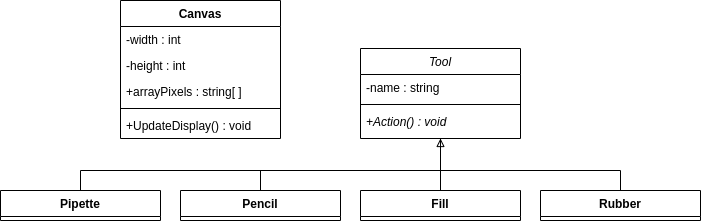
Before: Docs/Диаграммы/диаграмма-классов.png, a diagram exported from draw.io (Tetro7/PixLab). Source tidied: cells renumbered, new cells last; positions are measured from the earlier drawing's top-left corner, leaving out a move shared by most shapes.
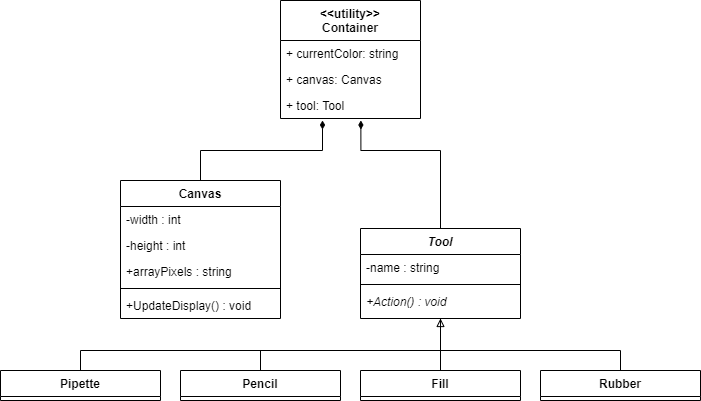
After the change.

Commit message:
добавил блок-схемы к алгоритмам, исправил ошибку в тексте алгоритма заливка, изменил диаграмму классов

Change to the diagram source:
```diff
@@ -2,6 +2,14 @@
   <root>
     <mxCell id="0" />
     <mxCell id="1" parent="0" />
+    <mxCell id="20" style="edgeStyle=orthogonalEdgeStyle;rounded=0;jettySize=auto;html=1;exitX=0.5;exitY=0;exitDx=0;exitDy=0;entryX=0.3;entryY=1.077;entryDx=0;entryDy=0;entryPerimeter=0;endArrow=diamondThin;endFill=1;" parent="1" edge="1" source="2" target="25">
+      <mxGeometry relative="1" as="geometry">
+        <Array as="points">
+          <mxPoint x="200" y="-30" />
+          <mxPoint x="322" y="-30" />
+        </Array>
+      </mxGeometry>
+    </mxCell>
     <mxCell id="2" value="Сanvas" style="swimlane;fontStyle=1;align=center;verticalAlign=top;horizontal=1;startSize=26;rounded=0;shadow=0;strokeWidth=1;" parent="1" vertex="1">
       <mxGeometry x="120" width="160" height="138" as="geometry" />
     </mxCell>
@@ -11,7 +19,7 @@
     <mxCell id="4" value="-height : int" style="text;align=left;verticalAlign=top;spacingLeft=4;spacingRight=4;overflow=hidden;rounded=0;shadow=0;html=0;" parent="2" vertex="1">
       <mxGeometry y="52" width="160" height="26" as="geometry" />
     </mxCell>
-    <mxCell id="5" value="+arrayPixels : string[ ]" style="text;align=left;verticalAlign=top;spacingLeft=4;spacingRight=4;overflow=hidden;rounded=0;shadow=0;html=0;" parent="2" vertex="1">
+    <mxCell id="5" value="+arrayPixels : string" style="text;align=left;verticalAlign=top;spacingLeft=4;spacingRight=4;overflow=hidden;rounded=0;shadow=0;html=0;" parent="2" vertex="1">
       <mxGeometry y="78" width="160" height="26" as="geometry" />
     </mxCell>
     <mxCell id="6" style="line;html=1;strokeWidth=1;align=left;verticalAlign=middle;spacingTop=-1;spacingLeft=3;spacingRight=3;labelPosition=right;" parent="2" vertex="1">
@@ -20,7 +28,15 @@
     <mxCell id="7" value="+UpdateDisplay() : void" style="text;align=left;verticalAlign=top;spacingLeft=4;spacingRight=4;overflow=hidden;" parent="2" vertex="1">
       <mxGeometry y="112" width="160" height="26" as="geometry" />
     </mxCell>
+    <mxCell id="21" style="edgeStyle=orthogonalEdgeStyle;rounded=0;jettySize=auto;html=1;exitX=0.5;exitY=0;exitDx=0;exitDy=0;entryX=0.574;entryY=1.077;entryDx=0;entryDy=0;entryPerimeter=0;endArrow=diamondThin;endFill=1;" parent="1" edge="1" source="8" target="25">
+      <mxGeometry relative="1" as="geometry">
+        <Array as="points">
+          <mxPoint x="440" y="-30" />
+          <mxPoint x="360" y="-30" />
+        </Array>
+      </mxGeometry>
+    </mxCell>
-    <mxCell id="8" value="Tool" style="swimlane;fontStyle=2;align=center;verticalAlign=top;horizontal=1;startSize=26;rounded=0;shadow=0;strokeWidth=1;" parent="1" vertex="1">
+    <mxCell id="8" value="Tool" style="swimlane;fontStyle=3;align=center;verticalAlign=top;horizontal=1;startSize=26;rounded=0;shadow=0;strokeWidth=1;" parent="1" vertex="1">
       <mxGeometry x="360" y="48" width="160" height="90" as="geometry" />
     </mxCell>
     <mxCell id="9" value="-name : string" style="text;align=left;verticalAlign=top;spacingLeft=4;spacingRight=4;overflow=hidden;" parent="8" vertex="1">
@@ -72,5 +88,17 @@
     <mxCell id="19" value="Rubber" style="swimlane;fontStyle=1;align=center;verticalAlign=top;horizontal=1;startSize=26;rounded=0;shadow=0;strokeWidth=1;" parent="1" vertex="1">
       <mxGeometry x="540" y="190" width="160" height="30" as="geometry" />
     </mxCell>
+    <mxCell id="22" value="&lt;&lt;utility&gt;&gt;&#10;Container" style="swimlane;fontStyle=1;horizontal=1;startSize=40;fillColor=none;" parent="1" vertex="1">
+      <mxGeometry x="280" y="-180" width="140" height="118" as="geometry" />
+    </mxCell>
+    <mxCell id="23" value="+ currentColor: string" style="text;strokeColor=none;fillColor=none;align=left;verticalAlign=top;spacingLeft=4;spacingRight=4;overflow=hidden;" parent="22" vertex="1">
+      <mxGeometry y="40" width="140" height="26" as="geometry" />
+    </mxCell>
+    <mxCell id="24" value="+ canvas: Canvas" style="text;strokeColor=none;fillColor=none;align=left;verticalAlign=top;spacingLeft=4;spacingRight=4;overflow=hidden;" parent="22" vertex="1">
+      <mxGeometry y="66" width="140" height="26" as="geometry" />
+    </mxCell>
+    <mxCell id="25" value="+ tool: Tool" style="text;strokeColor=none;fillColor=none;align=left;verticalAlign=top;spacingLeft=4;spacingRight=4;overflow=hidden;points=[[0,0.5],[1,0.5]];portConstraint=eastwest;" parent="22" vertex="1">
+      <mxGeometry y="92" width="140" height="26" as="geometry" />
+    </mxCell>
   </root>
 </mxGraphModel>
```
